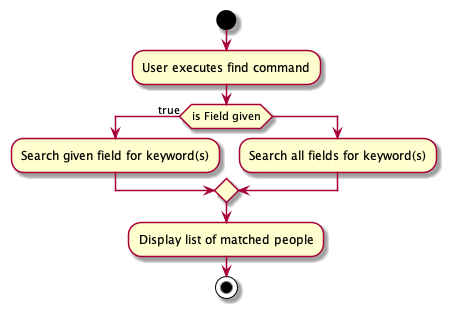
This is docs/images/FindActivityDiagram.png from tonishka/tp, a PlantUML export, as it was before one commit.
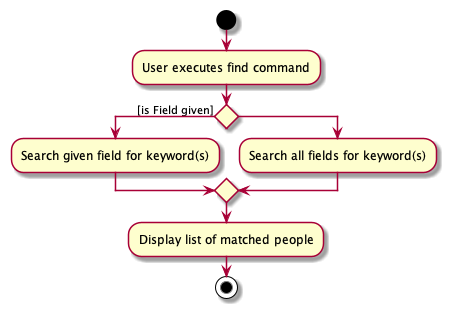
The same diagram one commit later.

Commit message:
Rectify activity diagram

Diff of the diagram source:
```diff
@@ -2,7 +2,7 @@
 
 start
 :User executes find command;
-if (is Field given) then (true)
+if () then ([is Field given])
   :Search given field for keyword(s);
 else
 :Search all fields for keyword(s);
```
